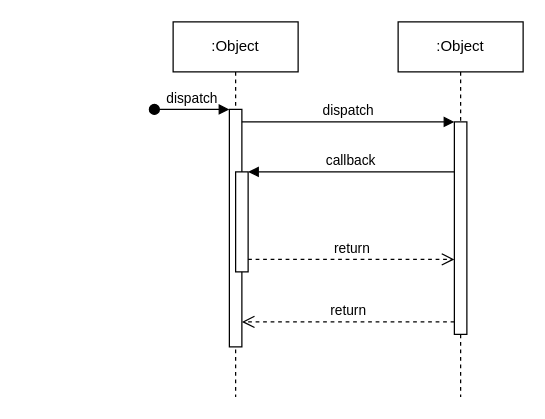
SENG-350-2024-fall/Team9 keeps this draw.io diagram as AmirWork/Nurse_Hotline_SequenceDiagram.drawio. Above is the earlier version. Source tidied: cells renumbered, new cells numbered last; positions are measured from the earlier drawing's top-left corner, leaving out a move shared by most shapes. Both pictures are drawn from the tidied source at 125%, with x=0, y=0 at pixel (154, 21).
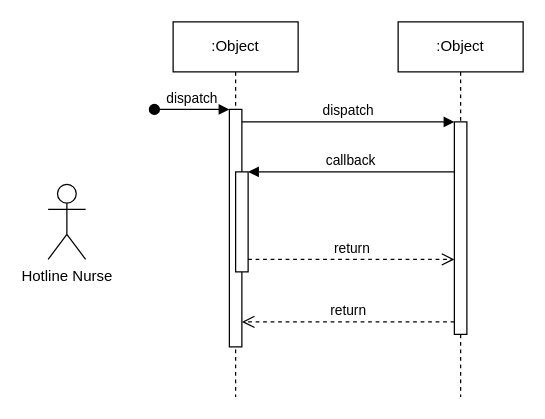
The same diagram, later.

The edit, as a diff of the source:
```diff
@@
 <mxGraphModel>
   <root>
     <mxCell id="0" />
     <mxCell id="1" parent="0" />
     <mxCell id="2" value=":Object" style="shape=umlLifeline;perimeter=lifelinePerimeter;whiteSpace=wrap;html=1;newEdgeStyle={&quot;edgeStyle&quot;:&quot;elbowEdgeStyle&quot;,&quot;elbow&quot;:&quot;vertical&quot;,&quot;curved&quot;:0,&quot;rounded&quot;:0};" parent="1" vertex="1">
       <mxGeometry x="15" width="100" height="300" as="geometry" />
     </mxCell>
     <mxCell id="3" style="html=1;points=[];perimeter=orthogonalPerimeter;outlineConnect=0;targetShapes=umlLifeline;portConstraint=eastwest;newEdgeStyle={&quot;edgeStyle&quot;:&quot;elbowEdgeStyle&quot;,&quot;elbow&quot;:&quot;vertical&quot;,&quot;curved&quot;:0,&quot;rounded&quot;:0};" parent="2" vertex="1">
       <mxGeometry x="45" y="70" width="10" height="190" as="geometry" />
     </mxCell>
     <mxCell id="4" value="dispatch" style="html=1;verticalAlign=bottom;startArrow=oval;endArrow=block;startSize=8;edgeStyle=elbowEdgeStyle;elbow=vertical;curved=0;rounded=0;" parent="2" edge="1" target="3">
       <mxGeometry relative="1" as="geometry">
         <mxPoint x="-15" y="70" as="sourcePoint" />
       </mxGeometry>
     </mxCell>
     <mxCell id="5" style="html=1;points=[];perimeter=orthogonalPerimeter;outlineConnect=0;targetShapes=umlLifeline;portConstraint=eastwest;newEdgeStyle={&quot;edgeStyle&quot;:&quot;elbowEdgeStyle&quot;,&quot;elbow&quot;:&quot;vertical&quot;,&quot;curved&quot;:0,&quot;rounded&quot;:0};" parent="2" vertex="1">
       <mxGeometry x="50" y="120" width="10" height="80" as="geometry" />
     </mxCell>
     <mxCell id="6" value=":Object" style="shape=umlLifeline;perimeter=lifelinePerimeter;whiteSpace=wrap;html=1;newEdgeStyle={&quot;edgeStyle&quot;:&quot;elbowEdgeStyle&quot;,&quot;elbow&quot;:&quot;vertical&quot;,&quot;curved&quot;:0,&quot;rounded&quot;:0};" parent="1" vertex="1">
       <mxGeometry x="195" width="100" height="300" as="geometry" />
     </mxCell>
     <mxCell id="7" style="html=1;points=[];perimeter=orthogonalPerimeter;outlineConnect=0;targetShapes=umlLifeline;portConstraint=eastwest;newEdgeStyle={&quot;edgeStyle&quot;:&quot;elbowEdgeStyle&quot;,&quot;elbow&quot;:&quot;vertical&quot;,&quot;curved&quot;:0,&quot;rounded&quot;:0};" parent="6" vertex="1">
       <mxGeometry x="45" y="80" width="10" height="170" as="geometry" />
     </mxCell>
     <mxCell id="8" value="dispatch" style="html=1;verticalAlign=bottom;endArrow=block;edgeStyle=elbowEdgeStyle;elbow=vertical;curved=0;rounded=0;" parent="1" edge="1" source="3" target="7">
       <mxGeometry relative="1" as="geometry">
         <Array as="points">
           <mxPoint x="155" y="80" />
         </Array>
       </mxGeometry>
     </mxCell>
     <mxCell id="9" value="return" style="html=1;verticalAlign=bottom;endArrow=open;dashed=1;endSize=8;edgeStyle=elbowEdgeStyle;elbow=vertical;curved=0;rounded=0;" parent="1" edge="1" source="7" target="3">
       <mxGeometry relative="1" as="geometry">
         <Array as="points">
           <mxPoint x="165" y="240" />
         </Array>
       </mxGeometry>
     </mxCell>
     <mxCell id="10" value="callback" style="html=1;verticalAlign=bottom;endArrow=block;edgeStyle=elbowEdgeStyle;elbow=vertical;curved=0;rounded=0;" parent="1" edge="1" source="7" target="5">
       <mxGeometry relative="1" as="geometry">
         <Array as="points">
           <mxPoint x="165" y="120" />
         </Array>
       </mxGeometry>
     </mxCell>
     <mxCell id="11" value="return" style="html=1;verticalAlign=bottom;endArrow=open;dashed=1;endSize=8;edgeStyle=elbowEdgeStyle;elbow=vertical;curved=0;rounded=0;" parent="1" edge="1" source="5" target="7">
       <mxGeometry relative="1" as="geometry">
         <Array as="points">
           <mxPoint x="155" y="190" />
         </Array>
       </mxGeometry>
     </mxCell>
+    <mxCell id="12" value="Hotline Nurse" style="shape=umlActor;verticalLabelPosition=bottom;verticalAlign=top;html=1;" parent="1" vertex="1">
+      <mxGeometry x="-85" y="130" width="30" height="60" as="geometry" />
+    </mxCell>
   </root>
 </mxGraphModel>
```
